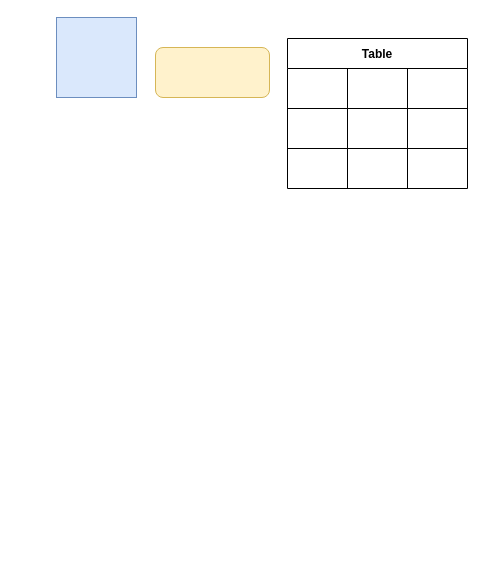
huyangdev/zhahuo keeps this draw.io diagram as Untitled Diagram.drawio. Above is the earlier version. Source tidied: cells renumbered, new cells numbered last; positions are measured from the earlier drawing's top-left corner, leaving out a move shared by most shapes. Both pictures are drawn from the tidied source at 100%, with x=0, y=0 at pixel (56, 17).
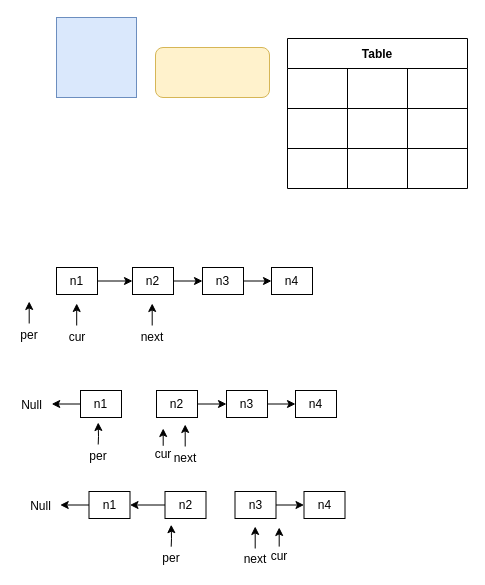
Above is the later version.

Diff of the diagram source:
```diff
@@
+    <mxCell id="17" style="edgeStyle=orthogonalEdgeStyle;rounded=0;jettySize=auto;html=1;exitX=1;exitY=0.5;exitDx=0;exitDy=0;entryX=0;entryY=0.5;entryDx=0;entryDy=0;" parent="1" edge="1" source="18" target="20">
+      <mxGeometry relative="1" as="geometry" />
+    </mxCell>
+    <mxCell id="18" value="n1" style="rounded=0;whiteSpace=wrap;html=1;" parent="1" vertex="1">
+      <mxGeometry y="250" width="41" height="27" as="geometry" />
+    </mxCell>
+    <mxCell id="19" style="edgeStyle=orthogonalEdgeStyle;rounded=0;jettySize=auto;html=1;exitX=1;exitY=0.5;exitDx=0;exitDy=0;entryX=0;entryY=0.5;entryDx=0;entryDy=0;" parent="1" edge="1" source="20" target="22">
+      <mxGeometry relative="1" as="geometry" />
+    </mxCell>
+    <mxCell id="20" value="n2" style="rounded=0;whiteSpace=wrap;html=1;" parent="1" vertex="1">
+      <mxGeometry x="76" y="250" width="41" height="27" as="geometry" />
+    </mxCell>
+    <mxCell id="21" style="edgeStyle=orthogonalEdgeStyle;rounded=0;jettySize=auto;html=1;exitX=1;exitY=0.5;exitDx=0;exitDy=0;entryX=0;entryY=0.5;entryDx=0;entryDy=0;" parent="1" edge="1" source="22" target="23">
+      <mxGeometry relative="1" as="geometry" />
+    </mxCell>
+    <mxCell id="22" value="n3" style="rounded=0;whiteSpace=wrap;html=1;" parent="1" vertex="1">
+      <mxGeometry x="146" y="250" width="41" height="27" as="geometry" />
+    </mxCell>
+    <mxCell id="23" value="n4" style="rounded=0;whiteSpace=wrap;html=1;" parent="1" vertex="1">
+      <mxGeometry x="215" y="250" width="41" height="27" as="geometry" />
+    </mxCell>
+    <mxCell id="24" style="group;" parent="1" vertex="1">
+      <mxGeometry x="-39" y="284" width="24" height="42" as="geometry" />
+    </mxCell>
+    <mxCell id="25" style="endArrow=classic;html=1;rounded=0;" parent="24" edge="1">
+      <mxGeometry relative="1" as="geometry">
+        <mxPoint x="11.7" y="22" as="sourcePoint" />
+        <mxPoint x="11.7" as="targetPoint" />
+      </mxGeometry>
+    </mxCell>
+    <mxCell id="26" value="per" style="text;html=1;strokeColor=none;fillColor=none;align=center;verticalAlign=middle;whiteSpace=wrap;rounded=0;" parent="24" vertex="1">
+      <mxGeometry y="25" width="24" height="17" as="geometry" />
+    </mxCell>
+    <mxCell id="27" style="group;" parent="1" vertex="1">
+      <mxGeometry x="8.5" y="286" width="24" height="42" as="geometry" />
+    </mxCell>
+    <mxCell id="28" style="endArrow=classic;html=1;rounded=0;" parent="27" edge="1">
+      <mxGeometry relative="1" as="geometry">
+        <mxPoint x="11.7" y="22" as="sourcePoint" />
+        <mxPoint x="11.7" as="targetPoint" />
+      </mxGeometry>
+    </mxCell>
+    <mxCell id="29" value="cur" style="text;html=1;strokeColor=none;fillColor=none;align=center;verticalAlign=middle;whiteSpace=wrap;rounded=0;" parent="27" vertex="1">
+      <mxGeometry y="25" width="24" height="17" as="geometry" />
+    </mxCell>
+    <mxCell id="30" style="group;" parent="1" vertex="1">
+      <mxGeometry x="84" y="286" width="24" height="42" as="geometry" />
+    </mxCell>
+    <mxCell id="31" style="endArrow=classic;html=1;rounded=0;" parent="30" edge="1">
+      <mxGeometry relative="1" as="geometry">
+        <mxPoint x="11.7" y="22" as="sourcePoint" />
+        <mxPoint x="11.7" as="targetPoint" />
+      </mxGeometry>
+    </mxCell>
+    <mxCell id="32" value="next" style="text;html=1;strokeColor=none;fillColor=none;align=center;verticalAlign=middle;whiteSpace=wrap;rounded=0;" parent="30" vertex="1">
+      <mxGeometry y="25" width="24" height="17" as="geometry" />
+    </mxCell>
+    <mxCell id="33" style="edgeStyle=orthogonalEdgeStyle;rounded=0;jettySize=auto;html=1;exitX=0;exitY=0.5;exitDx=0;exitDy=0;" parent="1" edge="1" source="34">
+      <mxGeometry relative="1" as="geometry">
+        <mxPoint x="-4.8" y="386.4" as="targetPoint" />
+      </mxGeometry>
+    </mxCell>
+    <mxCell id="34" value="n1" style="rounded=0;whiteSpace=wrap;html=1;" parent="1" vertex="1">
+      <mxGeometry x="24" y="373" width="41" height="27" as="geometry" />
+    </mxCell>
+    <mxCell id="35" style="edgeStyle=orthogonalEdgeStyle;rounded=0;jettySize=auto;html=1;exitX=1;exitY=0.5;exitDx=0;exitDy=0;entryX=0;entryY=0.5;entryDx=0;entryDy=0;" parent="1" edge="1" source="36" target="38">
+      <mxGeometry relative="1" as="geometry" />
+    </mxCell>
+    <mxCell id="36" value="n2" style="rounded=0;whiteSpace=wrap;html=1;" parent="1" vertex="1">
+      <mxGeometry x="100" y="373" width="41" height="27" as="geometry" />
+    </mxCell>
+    <mxCell id="37" style="edgeStyle=orthogonalEdgeStyle;rounded=0;jettySize=auto;html=1;exitX=1;exitY=0.5;exitDx=0;exitDy=0;entryX=0;entryY=0.5;entryDx=0;entryDy=0;" parent="1" edge="1" source="38" target="39">
+      <mxGeometry relative="1" as="geometry" />
+    </mxCell>
+    <mxCell id="38" value="n3" style="rounded=0;whiteSpace=wrap;html=1;" parent="1" vertex="1">
+      <mxGeometry x="170" y="373" width="41" height="27" as="geometry" />
+    </mxCell>
+    <mxCell id="39" value="n4" style="rounded=0;whiteSpace=wrap;html=1;" parent="1" vertex="1">
+      <mxGeometry x="239" y="373" width="41" height="27" as="geometry" />
+    </mxCell>
+    <mxCell id="40" style="group;" parent="1" vertex="1">
+      <mxGeometry x="30" y="405" width="24" height="42" as="geometry" />
+    </mxCell>
+    <mxCell id="41" style="endArrow=classic;html=1;rounded=0;" parent="40" edge="1">
+      <mxGeometry relative="1" as="geometry">
+        <mxPoint x="11.7" y="22" as="sourcePoint" />
+        <mxPoint x="11.7" as="targetPoint" />
+        <Array as="points">
+          <mxPoint x="12" y="14" />
+        </Array>
+      </mxGeometry>
+    </mxCell>
+    <mxCell id="42" value="per" style="text;html=1;strokeColor=none;fillColor=none;align=center;verticalAlign=middle;whiteSpace=wrap;rounded=0;" parent="40" vertex="1">
+      <mxGeometry y="25" width="24" height="17" as="geometry" />
+    </mxCell>
+    <mxCell id="43" style="group;" parent="1" vertex="1">
+      <mxGeometry x="95" y="411" width="24" height="33" as="geometry" />
+    </mxCell>
+    <mxCell id="44" style="endArrow=classic;html=1;rounded=0;" parent="43" edge="1">
+      <mxGeometry relative="1" as="geometry">
+        <mxPoint x="11.7" y="17.3" as="sourcePoint" />
+        <mxPoint x="11.7" as="targetPoint" />
+      </mxGeometry>
+    </mxCell>
+    <mxCell id="45" value="cur" style="text;html=1;strokeColor=none;fillColor=none;align=center;verticalAlign=middle;whiteSpace=wrap;rounded=0;" parent="43" vertex="1">
+      <mxGeometry y="19.6" width="24" height="13.4" as="geometry" />
+    </mxCell>
+    <mxCell id="46" style="group;" parent="1" vertex="1">
+      <mxGeometry x="117" y="407" width="24" height="42" as="geometry" />
+    </mxCell>
+    <mxCell id="47" style="endArrow=classic;html=1;rounded=0;" parent="46" edge="1">
+      <mxGeometry relative="1" as="geometry">
+        <mxPoint x="11.7" y="22" as="sourcePoint" />
+        <mxPoint x="11.7" as="targetPoint" />
+      </mxGeometry>
+    </mxCell>
+    <mxCell id="48" value="next" style="text;html=1;strokeColor=none;fillColor=none;align=center;verticalAlign=middle;whiteSpace=wrap;rounded=0;" parent="46" vertex="1">
+      <mxGeometry y="25" width="24" height="17" as="geometry" />
+    </mxCell>
+    <mxCell id="49" value="Null" style="text;html=1;strokeColor=none;fillColor=none;align=center;verticalAlign=middle;whiteSpace=wrap;rounded=0;" parent="1" vertex="1">
+      <mxGeometry x="-39" y="376" width="29" height="24" as="geometry" />
+    </mxCell>
+    <mxCell id="50" style="edgeStyle=orthogonalEdgeStyle;rounded=0;jettySize=auto;html=1;exitX=0;exitY=0.5;exitDx=0;exitDy=0;" parent="1" edge="1" source="51">
+      <mxGeometry relative="1" as="geometry">
+        <mxPoint x="3.7" y="487.4" as="targetPoint" />
+      </mxGeometry>
+    </mxCell>
+    <mxCell id="51" value="n1" style="rounded=0;whiteSpace=wrap;html=1;" parent="1" vertex="1">
+      <mxGeometry x="32.5" y="474" width="41" height="27" as="geometry" />
+    </mxCell>
+    <mxCell id="52" style="edgeStyle=orthogonalEdgeStyle;rounded=0;jettySize=auto;html=1;exitX=0;exitY=0.5;exitDx=0;exitDy=0;entryX=1;entryY=0.5;entryDx=0;entryDy=0;" parent="1" edge="1" source="53" target="51">
+      <mxGeometry relative="1" as="geometry" />
+    </mxCell>
+    <mxCell id="53" value="n2" style="rounded=0;whiteSpace=wrap;html=1;" parent="1" vertex="1">
+      <mxGeometry x="108.5" y="474" width="41" height="27" as="geometry" />
+    </mxCell>
+    <mxCell id="54" style="edgeStyle=orthogonalEdgeStyle;rounded=0;jettySize=auto;html=1;exitX=1;exitY=0.5;exitDx=0;exitDy=0;entryX=0;entryY=0.5;entryDx=0;entryDy=0;" parent="1" edge="1" source="55" target="56">
+      <mxGeometry relative="1" as="geometry" />
+    </mxCell>
+    <mxCell id="55" value="n3" style="rounded=0;whiteSpace=wrap;html=1;" parent="1" vertex="1">
+      <mxGeometry x="178.5" y="474" width="41" height="27" as="geometry" />
+    </mxCell>
+    <mxCell id="56" value="n4" style="rounded=0;whiteSpace=wrap;html=1;" parent="1" vertex="1">
+      <mxGeometry x="247.5" y="474" width="41" height="27" as="geometry" />
+    </mxCell>
+    <mxCell id="57" style="group;" parent="1" vertex="1">
+      <mxGeometry x="103" y="507.2" width="24" height="42" as="geometry" />
+    </mxCell>
+    <mxCell id="58" style="endArrow=classic;html=1;rounded=0;" parent="57" edge="1">
+      <mxGeometry relative="1" as="geometry">
+        <mxPoint x="11.7" y="22" as="sourcePoint" />
+        <mxPoint x="11.7" as="targetPoint" />
+        <Array as="points">
+          <mxPoint x="12" y="14" />
+        </Array>
+      </mxGeometry>
+    </mxCell>
+    <mxCell id="59" value="per" style="text;html=1;strokeColor=none;fillColor=none;align=center;verticalAlign=middle;whiteSpace=wrap;rounded=0;" parent="57" vertex="1">
+      <mxGeometry y="25" width="24" height="17" as="geometry" />
+    </mxCell>
+    <mxCell id="60" style="group;" parent="1" vertex="1">
+      <mxGeometry x="211" y="510" width="24" height="36.5" as="geometry" />
+    </mxCell>
+    <mxCell id="61" style="endArrow=classic;html=1;rounded=0;" parent="60" edge="1">
+      <mxGeometry relative="1" as="geometry">
+        <mxPoint x="11.7" y="19.1" as="sourcePoint" />
+        <mxPoint x="11.7" as="targetPoint" />
+      </mxGeometry>
+    </mxCell>
+    <mxCell id="62" value="cur" style="text;html=1;strokeColor=none;fillColor=none;align=center;verticalAlign=middle;whiteSpace=wrap;rounded=0;" parent="60" vertex="1">
+      <mxGeometry y="21" width="24" height="15.5" as="geometry" />
+    </mxCell>
+    <mxCell id="63" style="group;" parent="1" vertex="1">
+      <mxGeometry x="187" y="508" width="24" height="42" as="geometry" />
+    </mxCell>
+    <mxCell id="64" style="endArrow=classic;html=1;rounded=0;" parent="63" edge="1">
+      <mxGeometry relative="1" as="geometry">
+        <mxPoint x="11.7" y="23" as="sourcePoint" />
+        <mxPoint x="11.7" y="1" as="targetPoint" />
+      </mxGeometry>
+    </mxCell>
+    <mxCell id="65" value="next" style="text;html=1;strokeColor=none;fillColor=none;align=center;verticalAlign=middle;whiteSpace=wrap;rounded=0;" parent="63" vertex="1">
+      <mxGeometry y="25" width="24" height="17" as="geometry" />
+    </mxCell>
+    <mxCell id="66" value="Null" style="text;html=1;strokeColor=none;fillColor=none;align=center;verticalAlign=middle;whiteSpace=wrap;rounded=0;" parent="1" vertex="1">
+      <mxGeometry x="-30.5" y="477" width="29" height="24" as="geometry" />
+    </mxCell>
```
